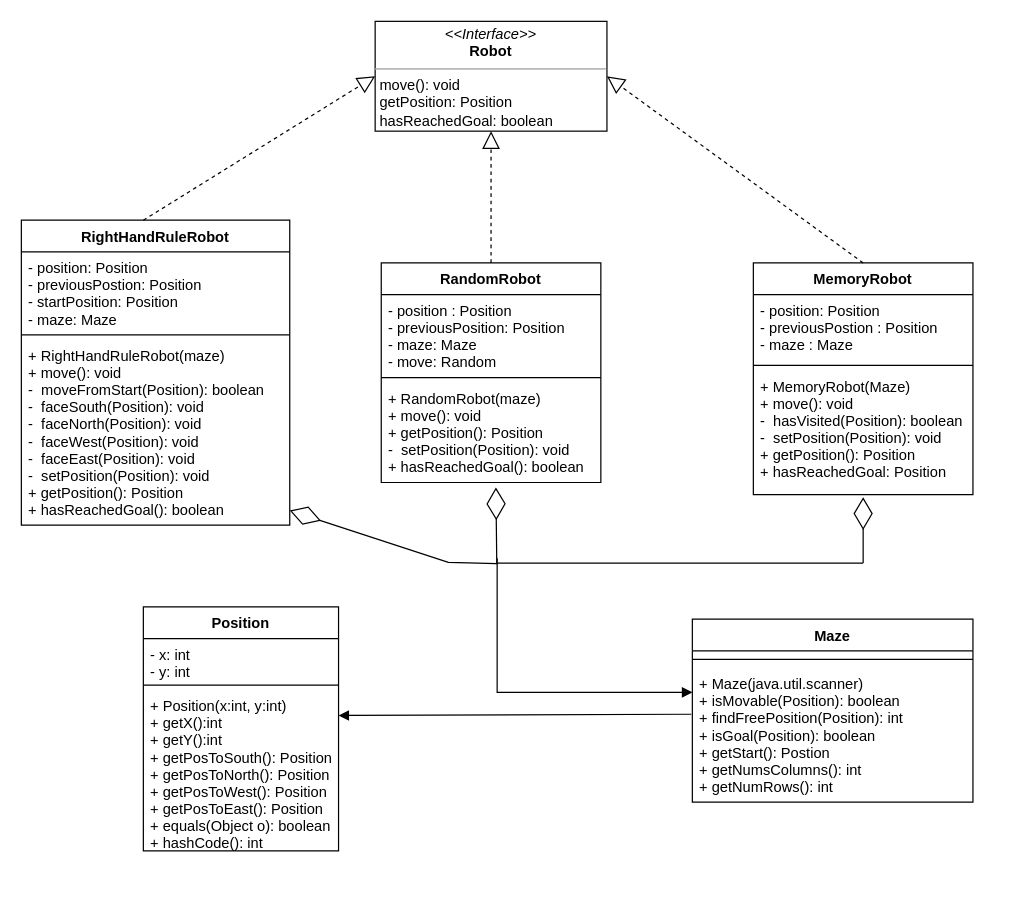
Before: ou2.drawio in linusGillarC/matLab, a draw.io diagram. Source tidied: cells renumbered, new cells numbered last; positions are measured from the earlier drawing's top-left corner, leaving out a move shared by most shapes. Both pictures are drawn from the tidied source at 122%, with x=0, y=0 at pixel (21, 21).
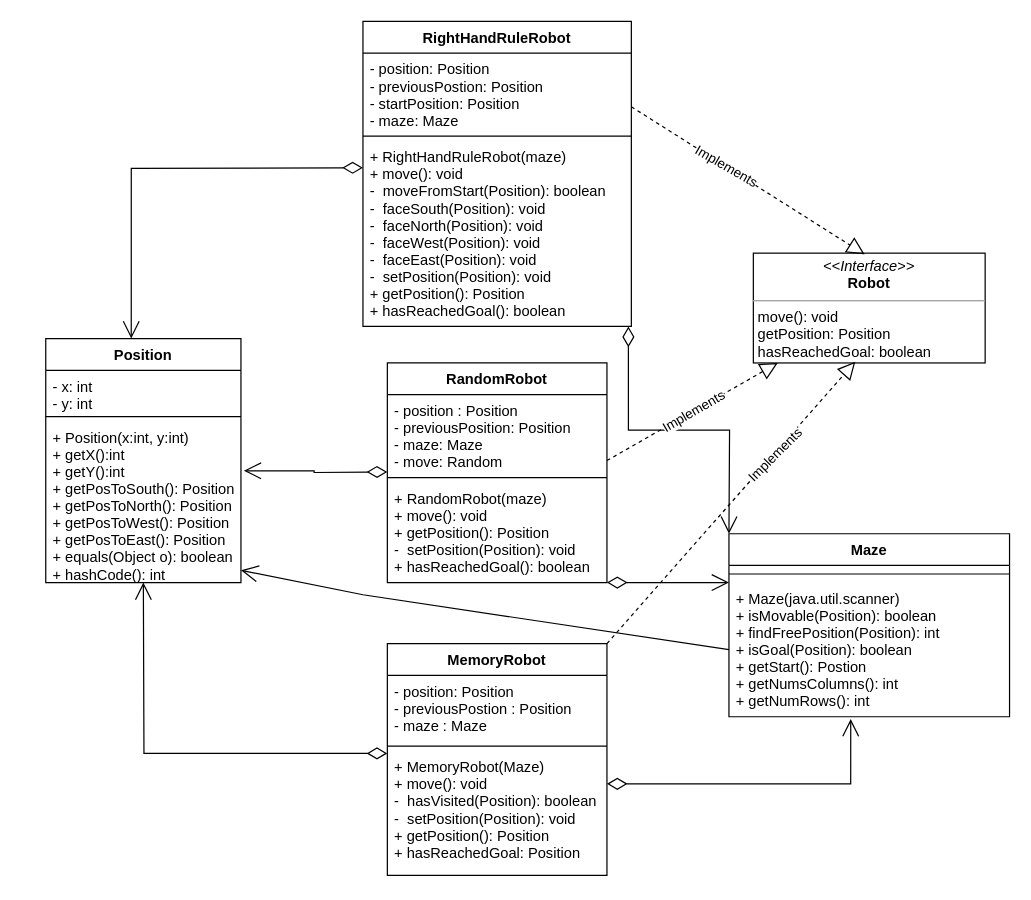
After the change.

Unchanged cells that the change refers to:
```xml
<mxCell id="5" value="+ Position(x:int, y:int)&#10;+ getX():int&#10;+ getY():int&#10;+ getPosToSouth(): Position&#10;+ getPosToNorth(): Position&#10;+ getPosToWest(): Position&#10;+ getPosToEast(): Position&#10;+ equals(Object o): boolean&#10;+ hashCode(): int" style="text;strokeColor=none;fillColor=none;align=left;verticalAlign=top;spacingLeft=4;spacingRight=4;overflow=hidden;points=[[0,0.5],[1,0.5]];portConstraint=eastwest;" parent="2" vertex="1">
  <mxGeometry y="68" width="160" height="132" as="geometry" />
</mxCell>
<mxCell id="9" value="+ MemoryRobot(Maze)&#10;+ move(): void&#10;-  hasVisited(Position): boolean&#10;-  setPosition(Position): void&#10;+ getPosition(): Position&#10;+ hasReachedGoal: Position" style="text;strokeColor=none;fillColor=none;align=left;verticalAlign=top;spacingLeft=4;spacingRight=4;overflow=hidden;points=[[0,0.5],[1,0.5]];portConstraint=eastwest;" parent="6" vertex="1">
  <mxGeometry y="88" width="180" height="102" as="geometry" />
</mxCell>
<mxCell id="11" value="- position : Position&#10;- previousPosition: Position&#10;- maze: Maze&#10;- move: Random" style="text;strokeColor=none;fillColor=none;align=left;verticalAlign=top;spacingLeft=4;spacingRight=4;overflow=hidden;points=[[0,0.5],[1,0.5]];portConstraint=eastwest;" parent="10" vertex="1">
  <mxGeometry y="26" width="180" height="64" as="geometry" />
</mxCell>
<mxCell id="13" value="+ RandomRobot(maze)&#10;+ move(): void&#10;+ getPosition(): Position&#10;-  setPosition(Position): void&#10;+ hasReachedGoal(): boolean" style="text;strokeColor=none;fillColor=none;align=left;verticalAlign=top;spacingLeft=4;spacingRight=4;overflow=hidden;points=[[0,0.5],[1,0.5]];portConstraint=eastwest;" parent="10" vertex="1">
  <mxGeometry y="98" width="180" height="82" as="geometry" />
</mxCell>
<mxCell id="16" value="+ Maze(java.util.scanner)&#10;+ isMovable(Position): boolean&#10;+ findFreePosition(Position): int&#10;+ isGoal(Position): boolean&#10;+ getStart(): Postion&#10;+ getNumsColumns(): int&#10;+ getNumRows(): int" style="text;strokeColor=none;fillColor=none;align=left;verticalAlign=top;spacingLeft=4;spacingRight=4;overflow=hidden;points=[[0,0.5],[1,0.5]];portConstraint=eastwest;" parent="14" vertex="1">
  <mxGeometry y="40" width="230" height="110" as="geometry" />
</mxCell>
<mxCell id="20" value="+ RightHandRuleRobot(maze)&#10;+ move(): void&#10;-  moveFromStart(Position): boolean&#10;-  faceSouth(Position): void&#10;-  faceNorth(Position): void&#10;-  faceWest(Position): void&#10;-  faceEast(Position): void&#10;-  setPosition(Position): void&#10;+ getPosition(): Position&#10;+ hasReachedGoal(): boolean" style="text;strokeColor=none;fillColor=none;align=left;verticalAlign=top;spacingLeft=4;spacingRight=4;overflow=hidden;points=[[0,0.5],[1,0.5]];portConstraint=eastwest;" parent="17" vertex="1">
  <mxGeometry y="98" width="220" height="152" as="geometry" />
</mxCell>
```

Change to the diagram source:
```diff
@@
     <mxCell id="2" value="Position" style="swimlane;fontStyle=1;align=center;verticalAlign=top;horizontal=1;startSize=26;" parent="1" vertex="1">
-      <mxGeometry x="100" y="480" width="160" height="200" as="geometry" />
+      <mxGeometry x="20" y="260" width="160" height="200" as="geometry" />
     </mxCell>
@@
     <mxCell id="6" value="MemoryRobot" style="swimlane;fontStyle=1;align=center;verticalAlign=top;horizontal=1;startSize=26;" parent="1" vertex="1">
-      <mxGeometry x="600" y="198" width="180" height="190" as="geometry" />
+      <mxGeometry x="300" y="510" width="180" height="190" as="geometry" />
     </mxCell>
@@
     <mxCell id="10" value="RandomRobot" style="swimlane;fontStyle=1;align=center;verticalAlign=top;horizontal=1;startSize=26;" parent="1" vertex="1">
-      <mxGeometry x="295" y="198" width="180" height="180" as="geometry" />
+      <mxGeometry x="300" y="280" width="180" height="180" as="geometry" />
     </mxCell>
@@
+    <mxCell id="31" style="endArrow=open;html=1;endSize=12;startArrow=diamondThin;startSize=14;startFill=0;edgeStyle=orthogonalEdgeStyle;align=left;verticalAlign=bottom;rounded=0;entryX=1.015;entryY=0.306;entryDx=0;entryDy=0;entryPerimeter=0;" parent="10" edge="1" target="5">
+      <mxGeometry x="-1" y="3" relative="1" as="geometry">
+        <mxPoint y="89.3" as="sourcePoint" />
+      </mxGeometry>
+    </mxCell>
@@
     <mxCell id="14" value="Maze" style="swimlane;fontStyle=1;align=center;verticalAlign=top;horizontal=1;startSize=26;" parent="1" vertex="1">
-      <mxGeometry x="550" y="490" width="230" height="150" as="geometry" />
+      <mxGeometry x="580" y="420" width="230" height="150" as="geometry" />
     </mxCell>
+    <mxCell id="32" style="endArrow=open;html=1;endSize=12;startArrow=diamondThin;startSize=14;startFill=0;edgeStyle=orthogonalEdgeStyle;align=left;verticalAlign=bottom;rounded=0;exitX=0.989;exitY=1.001;exitDx=0;exitDy=0;exitPerimeter=0;" parent="14" edge="1" source="20">
+      <mxGeometry x="-1" y="3" relative="1" as="geometry">
+        <mxPoint as="targetPoint" />
+      </mxGeometry>
+    </mxCell>
@@
     <mxCell id="17" value="RightHandRuleRobot" style="swimlane;fontStyle=1;align=center;verticalAlign=top;horizontal=1;startSize=26;" parent="1" vertex="1">
-      <mxGeometry y="163" width="220" height="250" as="geometry" />
+      <mxGeometry x="280" width="220" height="250" as="geometry" />
     </mxCell>
@@
+    <mxCell id="33" style="endArrow=open;html=1;endSize=12;startArrow=diamondThin;startSize=14;startFill=0;edgeStyle=orthogonalEdgeStyle;align=left;verticalAlign=bottom;rounded=0;entryX=0.438;entryY=0;entryDx=0;entryDy=0;entryPerimeter=0;" parent="17" edge="1" target="2">
+      <mxGeometry x="-1" y="3" relative="1" as="geometry">
+        <mxPoint y="120" as="sourcePoint" />
+      </mxGeometry>
+    </mxCell>
@@
     <mxCell id="21" value="&lt;p style=&quot;margin: 0px ; margin-top: 4px ; text-align: center&quot;&gt;&lt;i&gt;&amp;lt;&amp;lt;Interface&amp;gt;&amp;gt;&lt;/i&gt;&lt;br&gt;&lt;b&gt;Robot&lt;/b&gt;&lt;/p&gt;&lt;hr size=&quot;1&quot;&gt;&lt;p style=&quot;margin: 0px ; margin-left: 4px&quot;&gt;move(): void&lt;br&gt;&lt;/p&gt;&lt;p style=&quot;margin: 0px ; margin-left: 4px&quot;&gt;getPosition: Position&lt;/p&gt;&lt;p style=&quot;margin: 0px ; margin-left: 4px&quot;&gt;hasReachedGoal: boolean&lt;/p&gt;" style="verticalAlign=top;align=left;overflow=fill;fontSize=12;fontFamily=Helvetica;html=1;" parent="1" vertex="1">
-      <mxGeometry x="290" width="190" height="90" as="geometry" />
+      <mxGeometry x="600" y="190" width="190" height="90" as="geometry" />
     </mxCell>
-    <mxCell id="22" style="endArrow=block;dashed=1;endFill=0;endSize=12;html=1;rounded=0;entryX=0;entryY=0.5;entryDx=0;entryDy=0;" parent="1" edge="1" target="21">
-      <mxGeometry relative="1" as="geometry">
-        <mxPoint x="100" y="163" as="sourcePoint" />
-      </mxGeometry>
-    </mxCell>
-    <mxCell id="23" style="endArrow=block;dashed=1;endFill=0;endSize=12;html=1;rounded=0;entryX=0.5;entryY=1;entryDx=0;entryDy=0;exitX=0.5;exitY=0;exitDx=0;exitDy=0;" parent="1" edge="1" source="10" target="21">
-      <mxGeometry relative="1" as="geometry" />
-    </mxCell>
+    <mxCell id="34" style="endArrow=open;html=1;endSize=12;startArrow=diamondThin;startSize=14;startFill=0;edgeStyle=orthogonalEdgeStyle;align=left;verticalAlign=bottom;rounded=0;exitX=0;exitY=0.02;exitDx=0;exitDy=0;exitPerimeter=0;" parent="1" edge="1" source="9">
+      <mxGeometry x="-1" y="3" relative="1" as="geometry">
+        <mxPoint x="100" y="460" as="targetPoint" />
+      </mxGeometry>
+    </mxCell>
+    <mxCell id="35" style="endArrow=open;html=1;endSize=12;startArrow=diamondThin;startSize=14;startFill=0;edgeStyle=orthogonalEdgeStyle;align=left;verticalAlign=bottom;rounded=0;entryX=0.434;entryY=1.017;entryDx=0;entryDy=0;entryPerimeter=0;" parent="1" edge="1" target="16">
+      <mxGeometry x="-1" y="3" relative="1" as="geometry">
+        <mxPoint x="480" y="625" as="sourcePoint" />
+        <Array as="points">
+          <mxPoint x="680" y="625" />
+        </Array>
+      </mxGeometry>
+    </mxCell>
+    <mxCell id="36" style="endArrow=open;html=1;endSize=12;startArrow=diamondThin;startSize=14;startFill=0;edgeStyle=orthogonalEdgeStyle;align=left;verticalAlign=bottom;rounded=0;" parent="1" edge="1">
+      <mxGeometry x="-1" y="3" relative="1" as="geometry">
+        <mxPoint x="480" y="460" as="sourcePoint" />
+        <mxPoint x="580" y="460" as="targetPoint" />
+      </mxGeometry>
+    </mxCell>
+    <mxCell id="37" style="endArrow=block;dashed=1;endFill=0;endSize=12;html=1;rounded=0;entryX=0.48;entryY=0.011;entryDx=0;entryDy=0;entryPerimeter=0;" parent="1" edge="1" target="21">
+      <mxGeometry relative="1" as="geometry">
+        <mxPoint x="500" y="70" as="sourcePoint" />
+      </mxGeometry>
+    </mxCell>
+    <mxCell id="38" value="Implements" style="edgeLabel;html=1;align=center;verticalAlign=middle;rotation=30;" parent="37" vertex="1">
+      <mxGeometry x="-0.19" y="1" relative="1" as="geometry" />
+    </mxCell>
-    <mxCell id="24" style="endArrow=block;dashed=1;endFill=0;endSize=12;html=1;rounded=0;entryX=1;entryY=0.5;entryDx=0;entryDy=0;exitX=0.5;exitY=0;exitDx=0;exitDy=0;" parent="1" edge="1" source="6" target="21">
+    <mxCell id="24" style="endArrow=block;dashed=1;endFill=0;endSize=12;html=1;rounded=0;exitX=1;exitY=0;exitDx=0;exitDy=0;entryX=0.44;entryY=0.988;entryDx=0;entryDy=0;entryPerimeter=0;" parent="1" edge="1" source="6" target="21">
       <mxGeometry relative="1" as="geometry" />
     </mxCell>
+    <mxCell id="39" value="Implements" style="edgeLabel;html=1;align=center;verticalAlign=middle;rotation=-45;" parent="24" vertex="1">
+      <mxGeometry x="0.34" y="-1" relative="1" as="geometry" />
+    </mxCell>
+    <mxCell id="40" style="endArrow=block;dashed=1;endFill=0;endSize=12;html=1;rounded=0;exitX=1;exitY=0.844;exitDx=0;exitDy=0;exitPerimeter=0;" parent="1" edge="1" source="11">
+      <mxGeometry relative="1" as="geometry">
+        <mxPoint x="620" y="280" as="targetPoint" />
+      </mxGeometry>
+    </mxCell>
+    <mxCell id="41" value="Implements" style="edgeLabel;html=1;align=center;verticalAlign=middle;rotation=-30;" parent="40" vertex="1">
+      <mxGeometry relative="1" as="geometry" />
+    </mxCell>
-    <mxCell id="25" style="html=1;verticalAlign=bottom;endArrow=block;rounded=0;exitX=-0.004;exitY=0.345;exitDx=0;exitDy=0;exitPerimeter=0;entryX=1;entryY=0.159;entryDx=0;entryDy=0;entryPerimeter=0;" parent="1" edge="1" source="16" target="5">
-      <mxGeometry relative="1" as="geometry" />
+    <mxCell id="25" style="endArrow=open;endFill=1;endSize=12;html=1;rounded=0;exitX=0;exitY=0.5;exitDx=0;exitDy=0;entryX=1;entryY=0.924;entryDx=0;entryDy=0;entryPerimeter=0;" parent="1" edge="1" source="16" target="5">
+      <mxGeometry relative="1" as="geometry">
+        <Array as="points">
+          <mxPoint x="280" y="470" />
+        </Array>
+      </mxGeometry>
     </mxCell>
-    <mxCell id="26" style="endArrow=diamondThin;endFill=0;endSize=24;html=1;rounded=0;exitX=1;exitY=0.5;exitDx=0;exitDy=0;exitPerimeter=0;" parent="1" edge="1" source="27">
-      <mxGeometry relative="1" as="geometry">
-        <mxPoint x="690" y="390" as="targetPoint" />
-      </mxGeometry>
-    </mxCell>
-    <mxCell id="27" style="line;strokeWidth=1;fillColor=none;align=left;verticalAlign=middle;spacingTop=-1;spacingLeft=3;spacingRight=3;labelPosition=right;points=[];portConstraint=eastwest;" parent="1" vertex="1">
-      <mxGeometry x="390" y="440" width="300" height="8" as="geometry" />
-    </mxCell>
-    <mxCell id="28" style="endArrow=diamondThin;endFill=0;endSize=24;html=1;rounded=0;entryX=0.522;entryY=1.049;entryDx=0;entryDy=0;entryPerimeter=0;exitX=-0.001;exitY=0.628;exitDx=0;exitDy=0;exitPerimeter=0;" parent="1" edge="1" source="27" target="13">
-      <mxGeometry relative="1" as="geometry" />
-    </mxCell>
-    <mxCell id="29" style="endArrow=diamondThin;endFill=0;endSize=24;html=1;rounded=0;entryX=1;entryY=0.921;entryDx=0;entryDy=0;entryPerimeter=0;exitX=-0.001;exitY=0.57;exitDx=0;exitDy=0;exitPerimeter=0;" parent="1" edge="1" source="27" target="20">
-      <mxGeometry relative="1" as="geometry">
-        <Array as="points">
-          <mxPoint x="350" y="443.5" />
-        </Array>
-      </mxGeometry>
-    </mxCell>
-    <mxCell id="30" style="html=1;verticalAlign=bottom;endArrow=block;rounded=0;entryX=0;entryY=0.182;entryDx=0;entryDy=0;entryPerimeter=0;" parent="1" edge="1" target="16">
-      <mxGeometry x="-1" relative="1" as="geometry">
-        <mxPoint x="390" y="440" as="sourcePoint" />
-        <Array as="points">
-          <mxPoint x="390" y="550" />
-        </Array>
-      </mxGeometry>
-    </mxCell>
```
